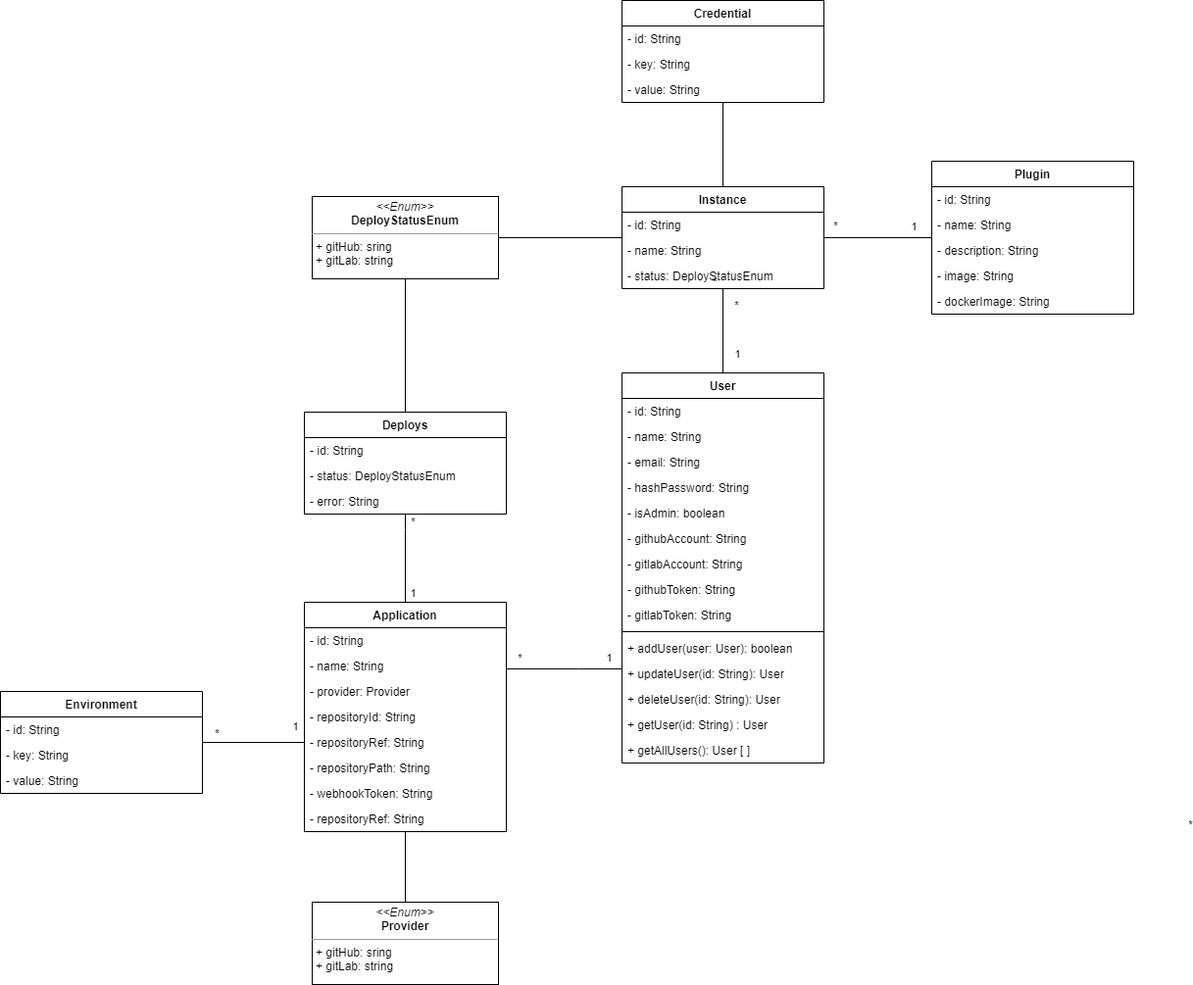
This is documentacao/imagens/diagrama_de_classe.png from ianbandrade/plf-es-2021-1-ti5-6702100-climb, a draw.io export, as it was before one commit. Source tidied: cells renumbered, new cells last; positions are measured from the earlier drawing's top-left corner, leaving out a move shared by most shapes.
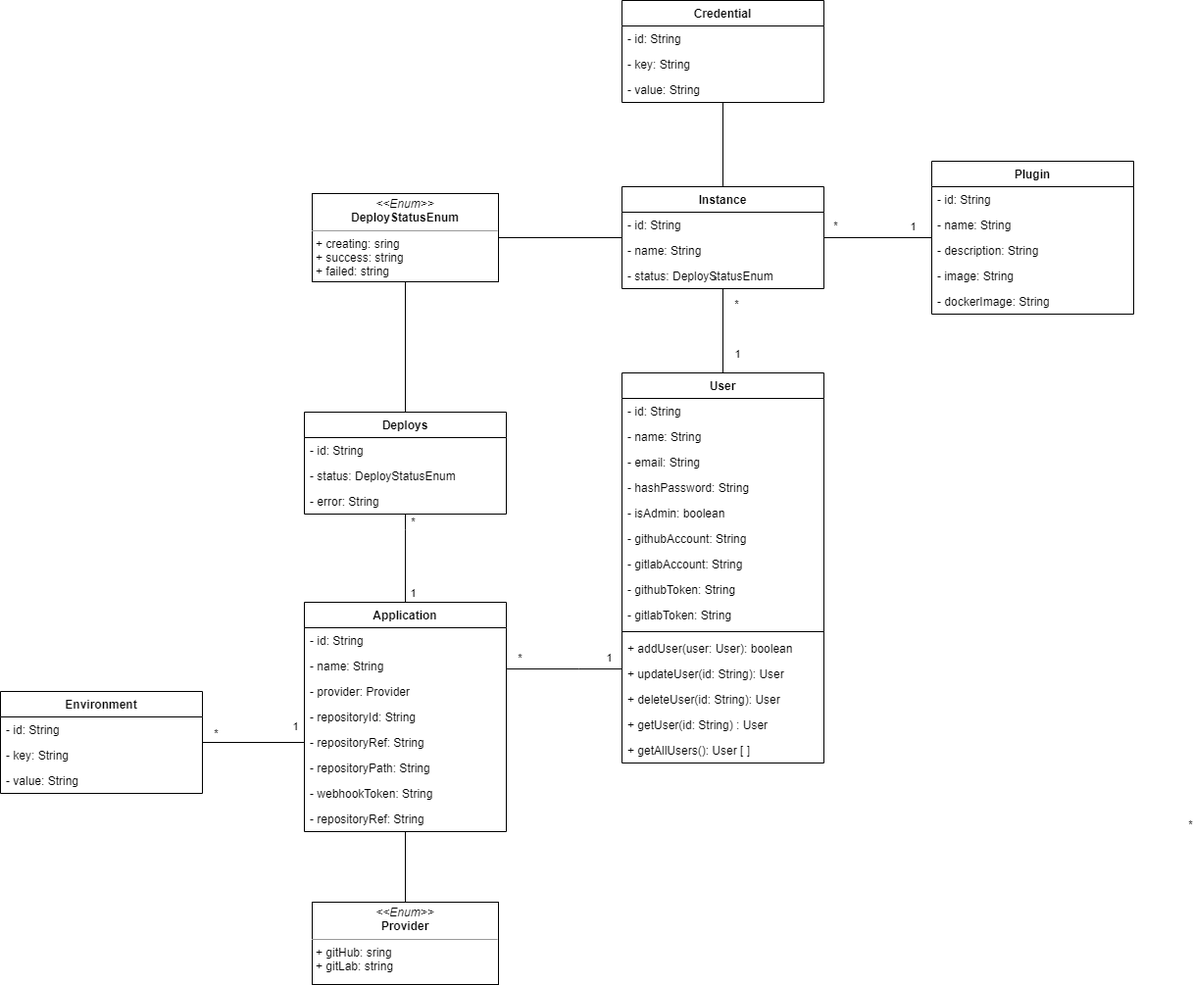
Above is the later version.

The edit, as a diff of the source:
```diff
@@ -156,8 +156,8 @@
     <mxCell id="43" style="edgeStyle=orthogonalEdgeStyle;rounded=0;jettySize=auto;html=1;exitX=0.5;exitY=1;exitDx=0;exitDy=0;endArrow=none;endFill=0;" parent="1" edge="1" source="44" target="28">
       <mxGeometry relative="1" as="geometry" />
     </mxCell>
-    <mxCell id="44" value="&lt;p style=&quot;margin: 0px ; margin-top: 4px ; text-align: center&quot;&gt;&lt;i&gt;&amp;lt;&amp;lt;Enum&amp;gt;&amp;gt;&lt;/i&gt;&lt;br&gt;&lt;b&gt;DeployStatusEnum&lt;/b&gt;&lt;br&gt;&lt;/p&gt;&lt;hr size=&quot;1&quot;&gt;&lt;p style=&quot;margin: 0px ; margin-left: 4px&quot;&gt;+ gitHub: sring&lt;br&gt;+ gitLab: string&lt;/p&gt;&lt;p style=&quot;margin: 0px ; margin-left: 4px&quot;&gt;&lt;br&gt;&lt;/p&gt;" style="verticalAlign=top;align=left;overflow=fill;fontSize=12;fontFamily=Helvetica;html=1;" parent="1" vertex="1">
-      <mxGeometry x="318" y="200" width="190" height="84" as="geometry" />
+    <mxCell id="44" value="&lt;p style=&quot;margin: 0px ; margin-top: 4px ; text-align: center&quot;&gt;&lt;i&gt;&amp;lt;&amp;lt;Enum&amp;gt;&amp;gt;&lt;/i&gt;&lt;br&gt;&lt;b&gt;DeployStatusEnum&lt;/b&gt;&lt;br&gt;&lt;/p&gt;&lt;hr size=&quot;1&quot;&gt;&lt;p style=&quot;margin: 0px ; margin-left: 4px&quot;&gt;+ creating: sring&lt;br&gt;+ success: string&lt;br&gt;&lt;/p&gt;&lt;p style=&quot;margin: 0px ; margin-left: 4px&quot;&gt;+ failed: string&lt;br&gt;&lt;/p&gt;&lt;p style=&quot;margin: 0px ; margin-left: 4px&quot;&gt;&lt;br&gt;&lt;/p&gt;" style="verticalAlign=top;align=left;overflow=fill;fontSize=12;fontFamily=Helvetica;html=1;" parent="1" vertex="1">
+      <mxGeometry x="318" y="197" width="190" height="90" as="geometry" />
     </mxCell>
     <mxCell id="45" value="Environment" style="swimlane;fontStyle=1;align=center;verticalAlign=top;horizontal=1;startSize=26;" parent="1" vertex="1">
       <mxGeometry y="705" width="206" height="104" as="geometry" />
```
